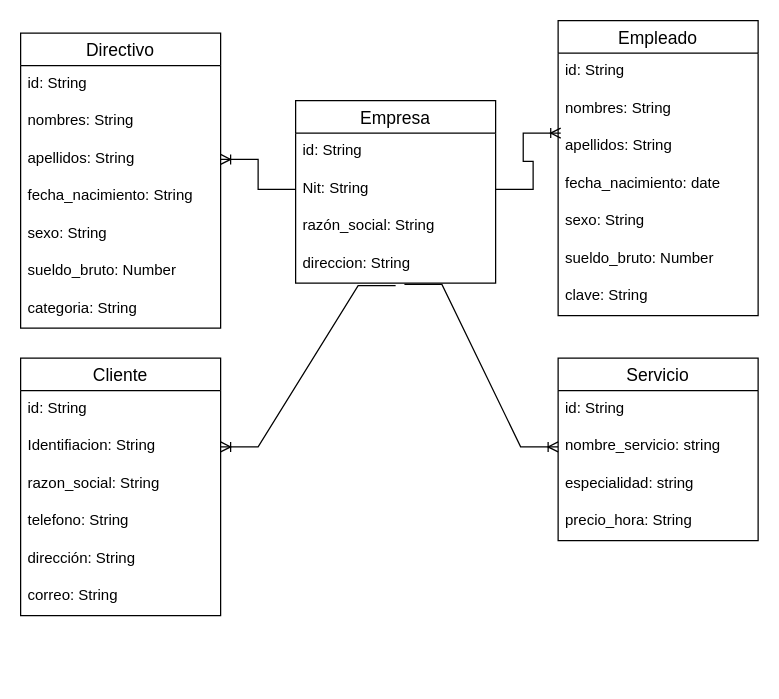
This is Documentos base/modelo ER- proyecto Ash.drawio from hpinzon9/Gestion-Servicios-TIC-ASH, a draw.io file, before an edit. Source tidied: cells renumbered, new cells numbered last; positions are measured from the earlier drawing's top-left corner, leaving out a move shared by most shapes. Both pictures are drawn from the tidied source at 125%, with x=0, y=0 at pixel (20, 20).
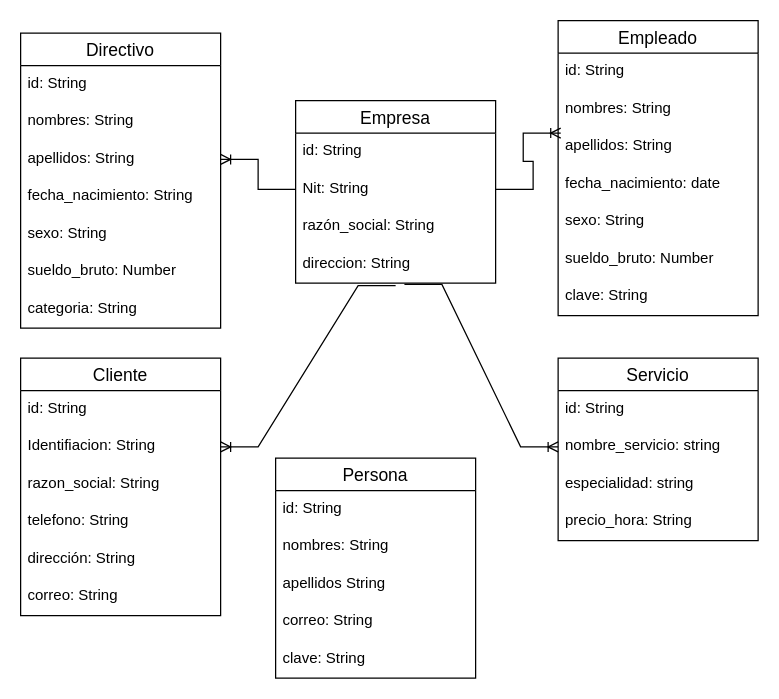
The same diagram, later.

Change to the diagram source:
```diff
@@
+    <mxCell id="39" value="Persona" style="swimlane;fontStyle=0;horizontal=1;startSize=26;align=center;fontSize=14;" parent="1" vertex="1">
+      <mxGeometry x="204" y="350" width="160" height="176" as="geometry" />
+    </mxCell>
+    <mxCell id="40" value="id: String" style="text;strokeColor=none;fillColor=none;spacingLeft=4;spacingRight=4;overflow=hidden;fontSize=12;" parent="39" vertex="1">
+      <mxGeometry y="26" width="160" height="30" as="geometry" />
+    </mxCell>
+    <mxCell id="41" value="nombres: String" style="text;strokeColor=none;fillColor=none;spacingLeft=4;spacingRight=4;overflow=hidden;fontSize=12;" parent="39" vertex="1">
+      <mxGeometry y="56" width="160" height="30" as="geometry" />
+    </mxCell>
+    <mxCell id="42" value="apellidos String" style="text;strokeColor=none;fillColor=none;spacingLeft=4;spacingRight=4;overflow=hidden;fontSize=12;" parent="39" vertex="1">
+      <mxGeometry y="86" width="160" height="30" as="geometry" />
+    </mxCell>
+    <mxCell id="43" value="correo: String" style="text;strokeColor=none;fillColor=none;spacingLeft=4;spacingRight=4;overflow=hidden;fontSize=12;" parent="39" vertex="1">
+      <mxGeometry y="116" width="160" height="30" as="geometry" />
+    </mxCell>
+    <mxCell id="44" value="clave: String" style="text;strokeColor=none;fillColor=none;spacingLeft=4;spacingRight=4;overflow=hidden;fontSize=12;" parent="39" vertex="1">
+      <mxGeometry y="146" width="160" height="30" as="geometry" />
+    </mxCell>
```
